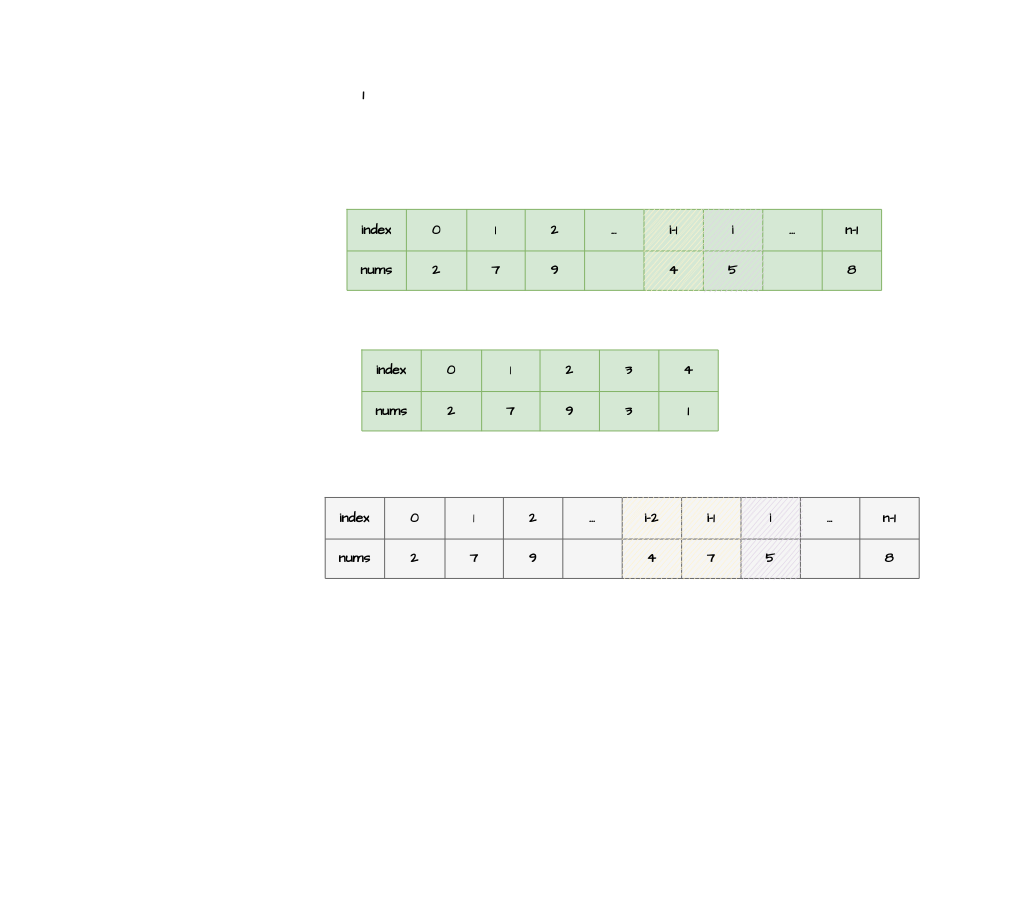
Before: page "第 3 页" (3 of 3) of src/main/leetcode_manuscripts/draw_io/leetcode_A.drawio in wat1r/geek-algorithm-leetcode, a draw.io diagram. Source tidied: cells renumbered, new cells numbered last; positions are measured from the earlier drawing's top-left corner, leaving out a move shared by most shapes. Both pictures are drawn from the tidied source at 99%, with x=0, y=0 at pixel (325, 17).
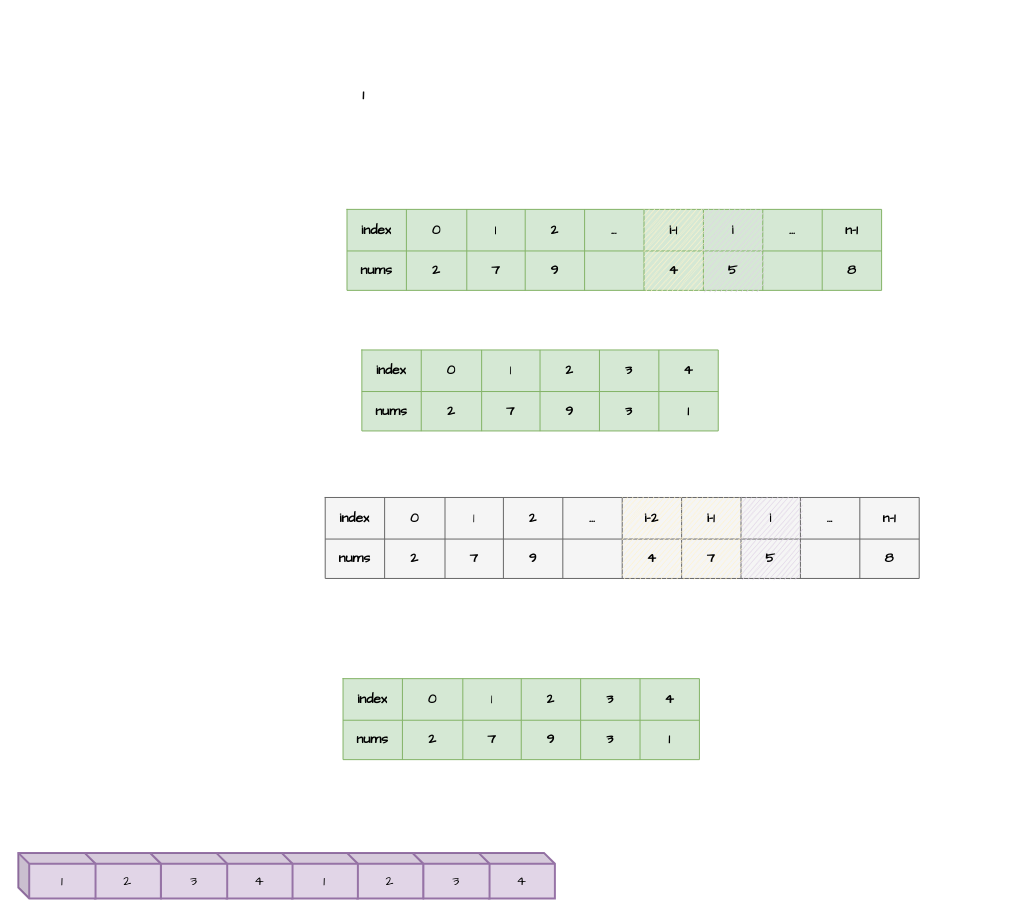
After the change.

Diff of the diagram source:
```diff
@@
+    <mxCell id="62" style="shape=table;html=1;whiteSpace=wrap;startSize=0;childLayout=tableLayout;fontSize=14;fontFamily=Comic Sans MS;fontStyle=1;fillColor=#d5e8d4;strokeColor=#82b366;shadow=0;" parent="1" vertex="1">
+      <mxGeometry x="18" y="668" width="360" height="81.8" as="geometry" />
+    </mxCell>
+    <mxCell id="63" style="shape=partialRectangle;html=1;whiteSpace=wrap;fillColor=none;top=0;left=0;bottom=0;right=0;fontSize=14;fontFamily=Comic Sans MS;fontStyle=1;" parent="62" vertex="1">
+      <mxGeometry width="360" height="42" as="geometry" />
+    </mxCell>
+    <mxCell id="64" value="index" style="shape=partialRectangle;html=1;whiteSpace=wrap;overflow=hidden;fillColor=none;top=0;left=0;bottom=0;right=0;fontSize=14;fontFamily=Comic Sans MS;fontStyle=1;" parent="63" vertex="1">
+      <mxGeometry width="60" height="42" as="geometry" />
+    </mxCell>
+    <mxCell id="65" value="0" style="shape=partialRectangle;html=1;whiteSpace=wrap;overflow=hidden;fillColor=none;top=0;left=0;bottom=0;right=0;fontSize=14;fontFamily=Comic Sans MS;fontStyle=1;" parent="63" vertex="1">
+      <mxGeometry x="60" width="61" height="42" as="geometry" />
+    </mxCell>
+    <mxCell id="66" value="1" style="shape=partialRectangle;html=1;whiteSpace=wrap;overflow=hidden;fillColor=none;top=0;left=0;bottom=0;right=0;fontSize=14;fontFamily=Comic Sans MS;fontStyle=1;" parent="63" vertex="1">
+      <mxGeometry x="121" width="59" height="42" as="geometry" />
+    </mxCell>
+    <mxCell id="67" value="2" style="shape=partialRectangle;html=1;whiteSpace=wrap;overflow=hidden;fillColor=none;top=0;left=0;bottom=0;right=0;fontSize=14;fontFamily=Comic Sans MS;fontStyle=1;" parent="63" vertex="1">
+      <mxGeometry x="180" width="60" height="42" as="geometry" />
+    </mxCell>
+    <mxCell id="68" value="3" style="shape=partialRectangle;html=1;whiteSpace=wrap;overflow=hidden;fillColor=none;top=0;left=0;bottom=0;right=0;fontSize=14;fontFamily=Comic Sans MS;fontStyle=1;" parent="63" vertex="1">
+      <mxGeometry x="240" width="60" height="42" as="geometry" />
+    </mxCell>
+    <mxCell id="69" value="4" style="shape=partialRectangle;html=1;whiteSpace=wrap;overflow=hidden;fillColor=none;top=0;left=0;bottom=0;right=0;fontSize=14;fontFamily=Comic Sans MS;fontStyle=1;" parent="63" vertex="1">
+      <mxGeometry x="300" width="60" height="42" as="geometry" />
+    </mxCell>
+    <mxCell id="70" style="shape=partialRectangle;html=1;whiteSpace=wrap;fillColor=none;top=0;left=0;bottom=0;right=0;fontSize=14;fontFamily=Comic Sans MS;fontStyle=1;" parent="62" vertex="1">
+      <mxGeometry y="42" width="360" height="40" as="geometry" />
+    </mxCell>
+    <mxCell id="71" value="nums" style="shape=partialRectangle;html=1;whiteSpace=wrap;overflow=hidden;fillColor=none;top=0;left=0;bottom=0;right=0;fontSize=14;fontFamily=Comic Sans MS;fontStyle=1;" parent="70" vertex="1">
+      <mxGeometry width="60" height="40" as="geometry" />
+    </mxCell>
+    <mxCell id="72" value="2" style="shape=partialRectangle;html=1;whiteSpace=wrap;overflow=hidden;fillColor=none;top=0;left=0;bottom=0;right=0;fontSize=14;fontFamily=Comic Sans MS;fontStyle=1;" parent="70" vertex="1">
+      <mxGeometry x="60" width="61" height="40" as="geometry" />
+    </mxCell>
+    <mxCell id="73" value="7" style="shape=partialRectangle;html=1;whiteSpace=wrap;overflow=hidden;fillColor=none;top=0;left=0;bottom=0;right=0;fontSize=14;fontFamily=Comic Sans MS;fontStyle=1;" parent="70" vertex="1">
+      <mxGeometry x="121" width="59" height="40" as="geometry" />
+    </mxCell>
+    <mxCell id="74" value="9" style="shape=partialRectangle;html=1;whiteSpace=wrap;overflow=hidden;fillColor=none;top=0;left=0;bottom=0;right=0;fontSize=14;fontFamily=Comic Sans MS;fontStyle=1;" parent="70" vertex="1">
+      <mxGeometry x="180" width="60" height="40" as="geometry" />
+    </mxCell>
+    <mxCell id="75" value="3" style="shape=partialRectangle;html=1;whiteSpace=wrap;overflow=hidden;fillColor=none;top=0;left=0;bottom=0;right=0;fontSize=14;fontFamily=Comic Sans MS;fontStyle=1;" parent="70" vertex="1">
+      <mxGeometry x="240" width="60" height="40" as="geometry" />
+    </mxCell>
+    <mxCell id="76" value="1" style="shape=partialRectangle;html=1;whiteSpace=wrap;overflow=hidden;fillColor=none;top=0;left=0;bottom=0;right=0;fontSize=14;fontFamily=Comic Sans MS;fontStyle=1;" parent="70" vertex="1">
+      <mxGeometry x="300" width="60" height="40" as="geometry" />
+    </mxCell>
+    <mxCell id="77" value="4" style="shape=cube;whiteSpace=wrap;html=1;boundedLbl=1;backgroundOutline=1;darkOpacity=0.05;darkOpacity2=0.1;shadow=0;sketch=0;fontFamily=Comic Sans MS;fontSize=14;strokeColor=#9673a6;strokeWidth=2;fillColor=#e1d5e7;direction=east;size=11;" parent="1" vertex="1">
+      <mxGeometry x="154" y="844" width="78" height="46" as="geometry" />
+    </mxCell>
+    <mxCell id="78" value="3" style="shape=cube;whiteSpace=wrap;html=1;boundedLbl=1;backgroundOutline=1;darkOpacity=0.05;darkOpacity2=0.1;shadow=0;sketch=0;fontFamily=Comic Sans MS;fontSize=14;strokeColor=#9673a6;strokeWidth=2;fillColor=#e1d5e7;direction=east;size=11;" parent="1" vertex="1">
+      <mxGeometry x="88" y="844" width="78" height="46" as="geometry" />
+    </mxCell>
+    <mxCell id="79" value="2" style="shape=cube;whiteSpace=wrap;html=1;boundedLbl=1;backgroundOutline=1;darkOpacity=0.05;darkOpacity2=0.1;shadow=0;sketch=0;fontFamily=Comic Sans MS;fontSize=14;strokeColor=#9673a6;strokeWidth=2;fillColor=#e1d5e7;direction=east;size=11;" parent="1" vertex="1">
+      <mxGeometry x="21" y="844" width="78" height="46" as="geometry" />
+    </mxCell>
+    <mxCell id="80" value="1" style="shape=cube;whiteSpace=wrap;html=1;boundedLbl=1;backgroundOutline=1;darkOpacity=0.05;darkOpacity2=0.1;shadow=0;sketch=0;fontFamily=Comic Sans MS;fontSize=14;strokeColor=#9673a6;strokeWidth=2;fillColor=#e1d5e7;direction=east;size=11;" parent="1" vertex="1">
+      <mxGeometry x="-45" y="844" width="78" height="46" as="geometry" />
+    </mxCell>
+    <mxCell id="81" value="4" style="shape=cube;whiteSpace=wrap;html=1;boundedLbl=1;backgroundOutline=1;darkOpacity=0.05;darkOpacity2=0.1;shadow=0;sketch=0;fontFamily=Comic Sans MS;fontSize=14;strokeColor=#9673a6;strokeWidth=2;fillColor=#e1d5e7;direction=east;size=11;" parent="1" vertex="1">
+      <mxGeometry x="-111" y="844" width="78" height="46" as="geometry" />
+    </mxCell>
+    <mxCell id="82" value="3" style="shape=cube;whiteSpace=wrap;html=1;boundedLbl=1;backgroundOutline=1;darkOpacity=0.05;darkOpacity2=0.1;shadow=0;sketch=0;fontFamily=Comic Sans MS;fontSize=14;strokeColor=#9673a6;strokeWidth=2;fillColor=#e1d5e7;direction=east;size=11;" parent="1" vertex="1">
+      <mxGeometry x="-177" y="844" width="78" height="46" as="geometry" />
+    </mxCell>
+    <mxCell id="83" value="2" style="shape=cube;whiteSpace=wrap;html=1;boundedLbl=1;backgroundOutline=1;darkOpacity=0.05;darkOpacity2=0.1;shadow=0;sketch=0;fontFamily=Comic Sans MS;fontSize=14;strokeColor=#9673a6;strokeWidth=2;fillColor=#e1d5e7;direction=east;size=11;" parent="1" vertex="1">
+      <mxGeometry x="-244" y="844" width="78" height="46" as="geometry" />
+    </mxCell>
+    <mxCell id="84" value="1" style="shape=cube;whiteSpace=wrap;html=1;boundedLbl=1;backgroundOutline=1;darkOpacity=0.05;darkOpacity2=0.1;shadow=0;sketch=0;fontFamily=Comic Sans MS;fontSize=14;strokeColor=#9673a6;strokeWidth=2;fillColor=#e1d5e7;direction=east;size=11;" parent="1" vertex="1">
+      <mxGeometry x="-310" y="844" width="78" height="46" as="geometry" />
+    </mxCell>
```
